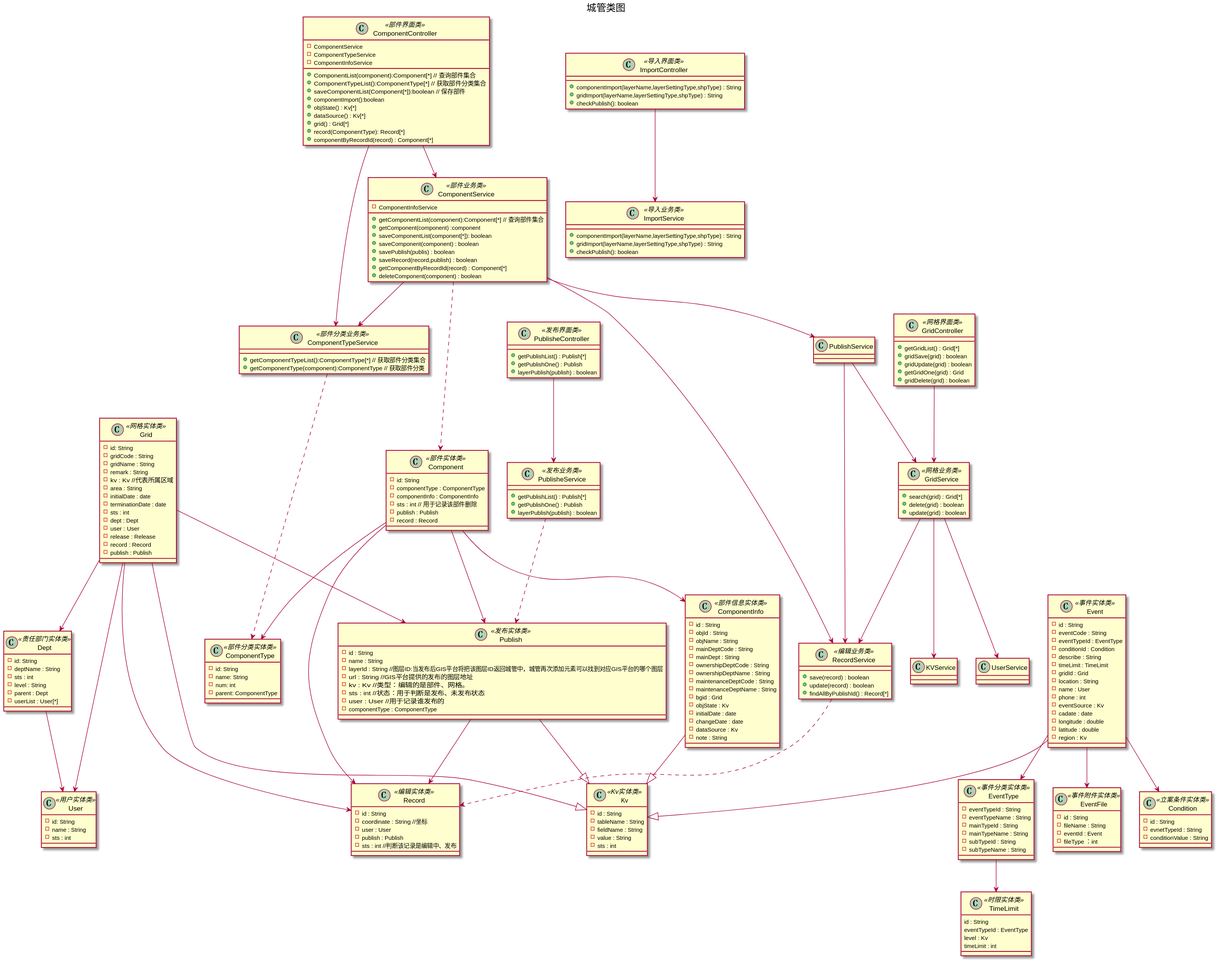
The PlantUML diagram doc/ClassUml/城管类图/城管类图.svg in missaouib/urban-management-platform, before a commit.
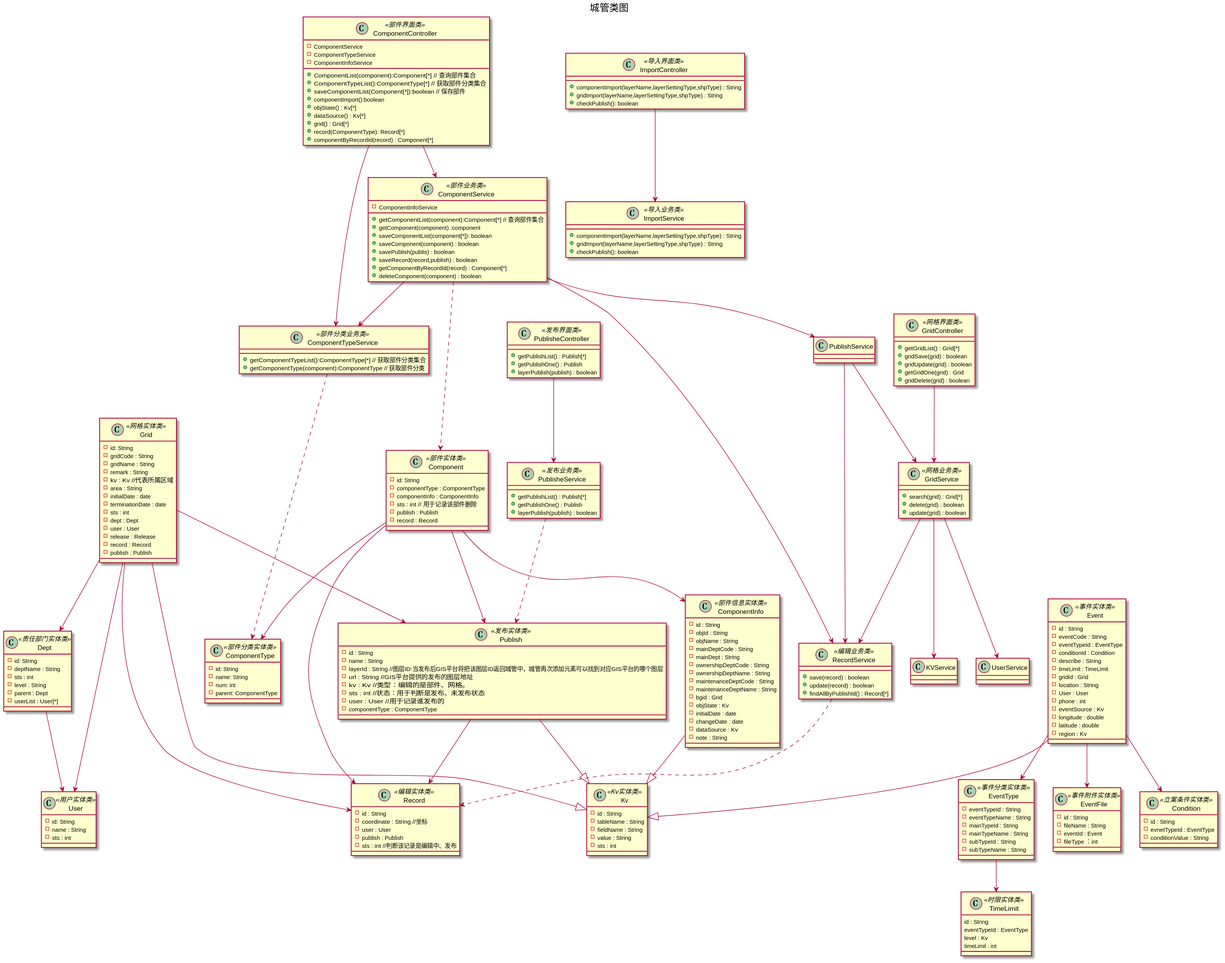
After the change.

Commit message:
类图修改 时限类外键修改字段类型

The edit, as a diff of the source:
```diff
@@ -101,10 +101,9 @@
     -timeLimit : TimeLimit
     -gridId : Grid
     -location : String
-    -name : User
+    -User : User
     -phone : int
     -eventSource : Kv
-    -cadate : date
     -longitude : double
     -latitude : double
     -region : Kv
@@ -129,7 +128,7 @@
 }
 class Condition<<立案条件实体类>>{
     -id : String
-    -evnetTypeId : String
+    -evnetTypeId : EventType
     -conditionValue : String
 }
 
```
